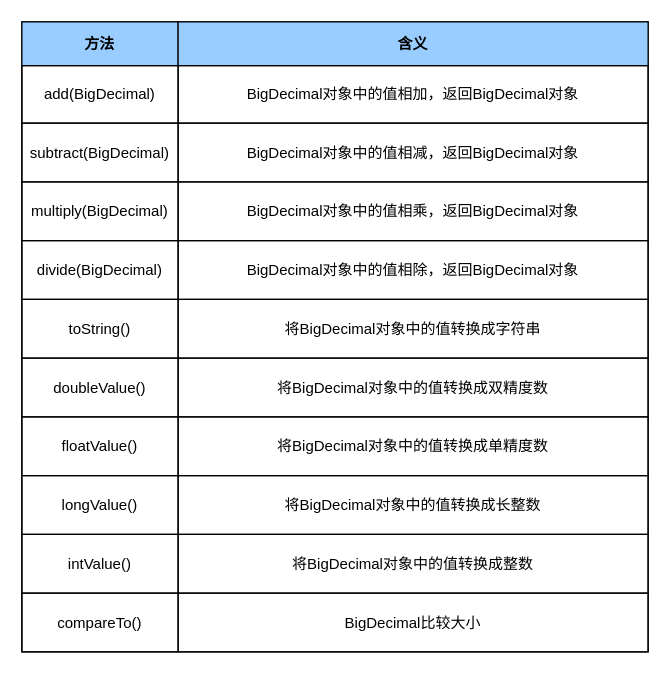
This is Java.drawio from letengzz/Drawing, a draw.io file, before an edit. Source tidied: cells renumbered, new cells numbered last; positions are measured from the earlier drawing's top-left corner, leaving out a move shared by most shapes. Both pictures are drawn from the tidied source at 125%, with x=0, y=0 at pixel (21, 21).
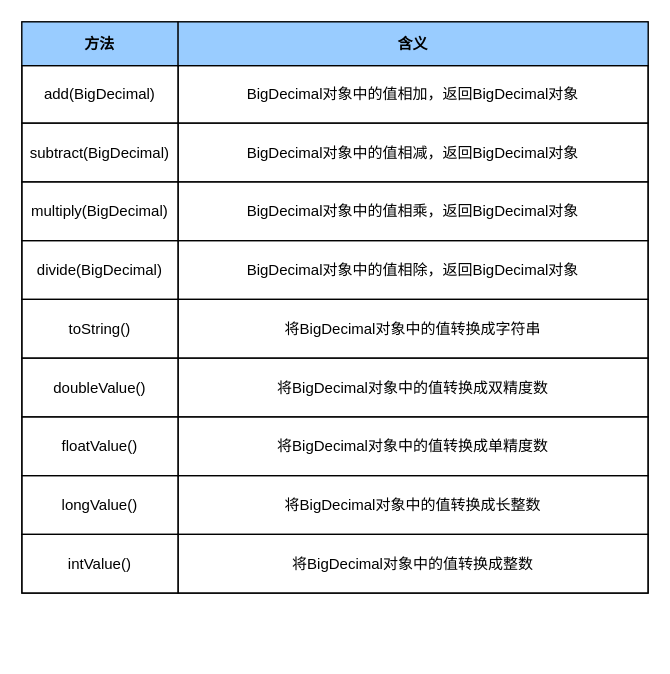
After the change.

Change to the diagram source:
```diff
@@
     <mxCell id="2" style="childLayout=tableLayout;shadow=0;fillColor=none;" parent="1" vertex="1">
-      <mxGeometry width="501" height="504" as="geometry" />
+      <mxGeometry width="501" height="457" as="geometry" />
     </mxCell>
@@
-    <mxCell id="33" style="shape=tableRow;horizontal=0;startSize=0;swimlaneHead=0;swimlaneBody=0;top=0;left=0;bottom=0;right=0;fontStyle=0;fillColor=none;strokeColor=inherit;" parent="2" vertex="1">
-      <mxGeometry y="457" width="501" height="47" as="geometry" />
-    </mxCell>
-    <mxCell id="34" value="compareTo()" style="strokeColor=inherit;fillColor=none;align=center;whiteSpace=wrap;html=1;" parent="33" vertex="1">
-      <mxGeometry width="125" height="47" as="geometry" />
-    </mxCell>
-    <mxCell id="35" value="BigDecimal比较大小" style="strokeColor=inherit;fillColor=none;align=center;whiteSpace=wrap;html=1;" parent="33" vertex="1">
-      <mxGeometry x="125" width="376" height="47" as="geometry" />
-    </mxCell>
```
